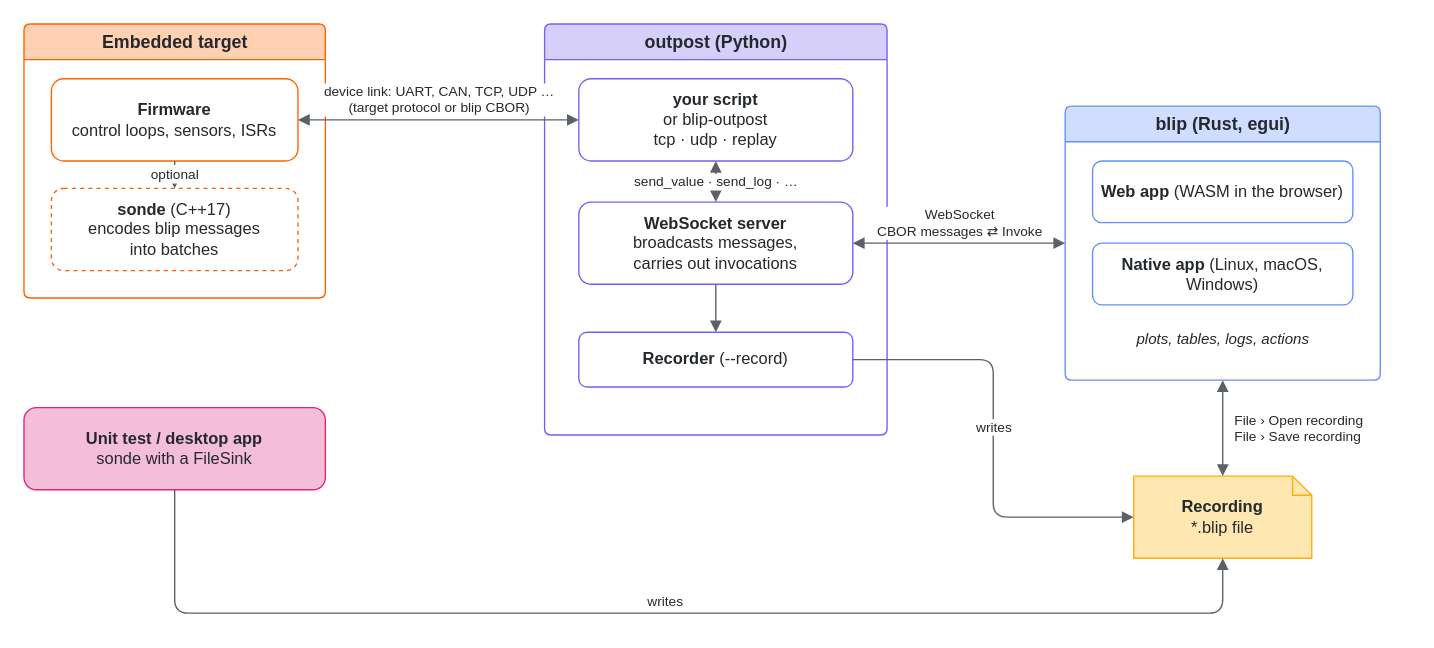
Above: doc/source/diagrams/system-context.drawio in stefanluethi/blip (draw.io), before the change. Source tidied: cells renumbered, new cells numbered last; positions are measured from the earlier drawing's top-left corner, leaving out a move shared by most shapes. Both pictures are drawn from the tidied source at 137%, with x=0, y=0 at pixel (23, 23).
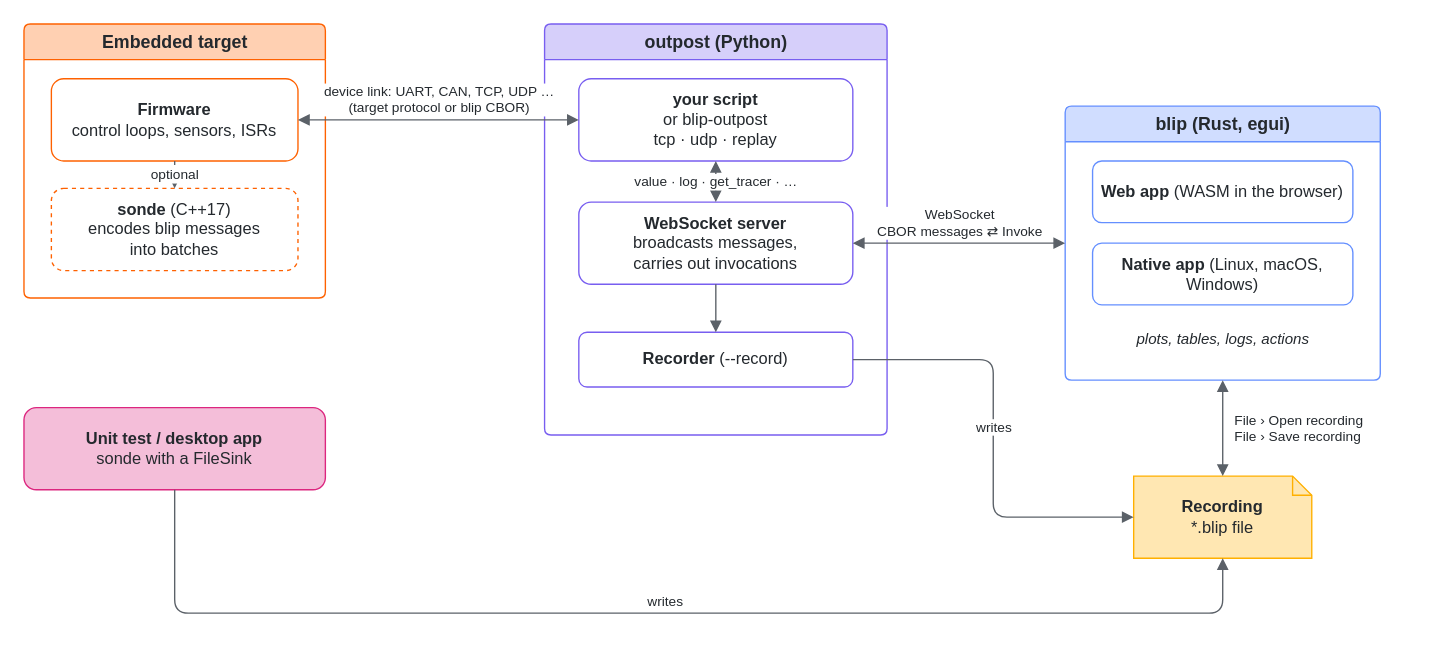
Above is the later version.

The change refers to these unchanged cells:
```xml
<mxCell id="6" value="&lt;b&gt;outpost&lt;/b&gt; (Python)" style="fontColor=#24292e;fontFamily=Fira Sans,Helvetica,Arial,sans-serif;swimlane;startSize=26;html=1;rounded=1;arcSize=6;fillColor=#d6cffa;strokeColor=#785ef0;fontSize=13;" parent="1" vertex="1">
  <mxGeometry x="380" width="250" height="300" as="geometry" />
</mxCell>
<mxCell id="7" value="&lt;b&gt;your script&lt;/b&gt;&lt;br&gt;or blip-outpost&lt;br&gt;tcp · udp · replay" style="fontColor=#24292e;fontFamily=Fira Sans,Helvetica,Arial,sans-serif;rounded=1;whiteSpace=wrap;html=1;fillColor=#ffffff;strokeColor=#785ef0;fontSize=12;" parent="6" vertex="1">
  <mxGeometry x="25" y="40" width="200" height="60" as="geometry" />
</mxCell>
<mxCell id="8" value="&lt;b&gt;WebSocket server&lt;/b&gt;&lt;br&gt;broadcasts messages,&lt;br&gt;carries out invocations" style="fontColor=#24292e;fontFamily=Fira Sans,Helvetica,Arial,sans-serif;rounded=1;whiteSpace=wrap;html=1;fillColor=#ffffff;strokeColor=#785ef0;fontSize=12;" parent="6" vertex="1">
  <mxGeometry x="25" y="130" width="200" height="60" as="geometry" />
</mxCell>
```

Diff of the diagram source:
```diff
@@
-    <mxCell id="10" value="send_value · send_log · …" style="strokeColor=#5b6168;fontColor=#24292e;labelBackgroundColor=#ffffff;fontFamily=Fira Sans,Helvetica,Arial,sans-serif;edgeStyle=orthogonalEdgeStyle;rounded=1;html=1;endArrow=block;endFill=1;fontSize=10;startArrow=block;startFill=1;" parent="6" edge="1" source="7" target="8">
+    <mxCell id="10" value="value · log · get_tracer · …" style="strokeColor=#5b6168;fontColor=#24292e;labelBackgroundColor=#ffffff;fontFamily=Fira Sans,Helvetica,Arial,sans-serif;edgeStyle=orthogonalEdgeStyle;rounded=1;html=1;endArrow=block;endFill=1;fontSize=10;startArrow=block;startFill=1;" parent="6" edge="1" source="7" target="8">
       <mxGeometry relative="1" as="geometry" />
     </mxCell>
```
